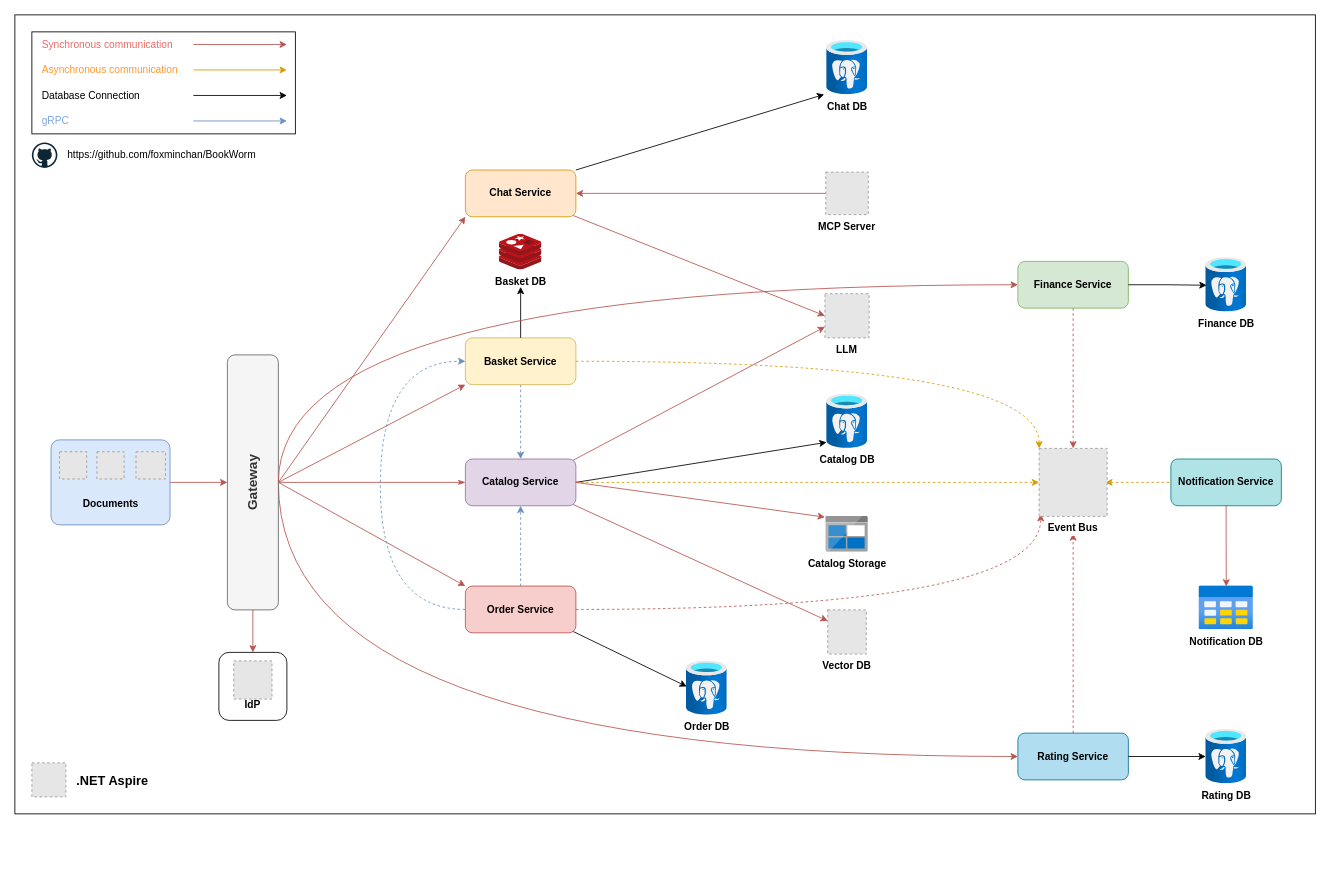
Before: assets/BookWorm.drawio in foxminchan/BookWorm, a draw.io diagram. Source tidied: cells renumbered, new cells numbered last; positions are measured from the earlier drawing's top-left corner, leaving out a move shared by most shapes. Both pictures are drawn from the tidied source at 85%, with x=0, y=0 at pixel (14, 14). Pictures stored in the file or linked from it are replaced by grey dashed boxes.
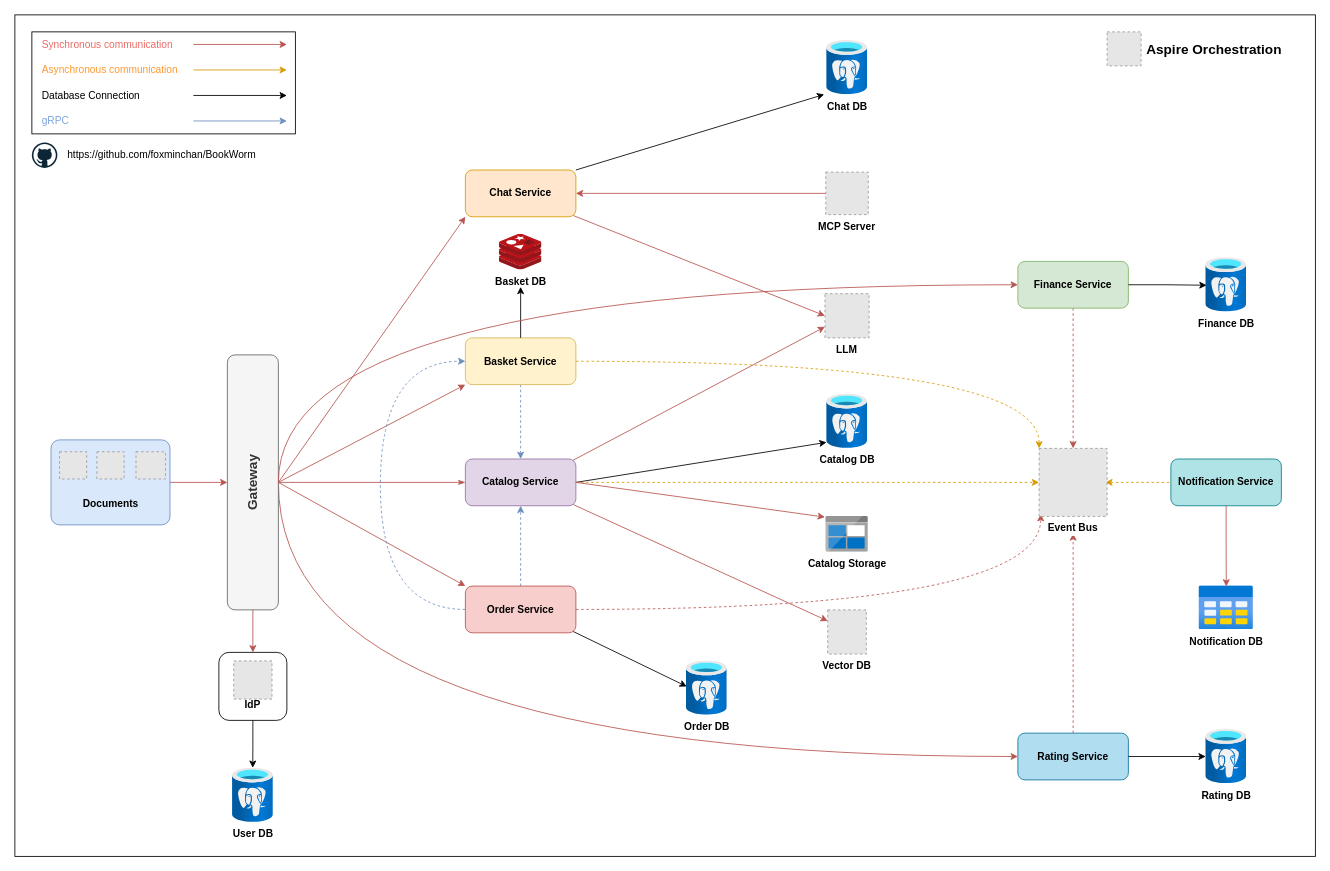
Above is the later version.

The change refers to these unchanged cells:
```xml
<mxCell id="16" value="&lt;div&gt;&lt;b&gt;&lt;br&gt;&lt;/b&gt;&lt;/div&gt;&lt;b&gt;&lt;div&gt;&lt;b&gt;&lt;br&gt;&lt;/b&gt;&lt;/div&gt;&lt;div&gt;&lt;b&gt;&lt;br&gt;&lt;/b&gt;&lt;/div&gt;IdP&lt;/b&gt;" style="rounded=1;whiteSpace=wrap;html=1;" parent="1" vertex="1">
  <mxGeometry x="240" y="750" width="80" height="80" as="geometry" />
</mxCell>
```

What changed in the source:
```diff
@@
     <mxCell id="2" style="rounded=0;whiteSpace=wrap;html=1;" parent="1" vertex="1">
-      <mxGeometry width="1530" height="940" as="geometry" />
+      <mxGeometry width="1530" height="990" as="geometry" />
     </mxCell>
@@
-    <mxCell id="34" style="fillColor=#E6E6E6;strokeColor=#999999;dashed=1;verticalLabelPosition=bottom;labelBackgroundColor=default;verticalAlign=top;" parent="1" vertex="1">
-      <mxGeometry x="20" y="880" width="40" height="40" as="geometry" />
-    </mxCell>
-    <mxCell id="35" value="&lt;font style=&quot;font-size: 15px;&quot;&gt;.NET Aspire&lt;/font&gt;" style="text;html=1;align=center;verticalAlign=middle;whiteSpace=wrap;rounded=0;fontStyle=1;" parent="1" vertex="1">
-      <mxGeometry x="65" y="885" width="100" height="30" as="geometry" />
-    </mxCell>
@@
+    <mxCell id="75" value="User DB" style="image;html=1;points=[];align=center;fontSize=12;image=img/lib/azure2/databases/Azure_Database_PostgreSQL_Server.svg;fontStyle=1;" parent="1" vertex="1">
+      <mxGeometry x="256" y="886" width="48" height="64" as="geometry" />
+    </mxCell>
+    <mxCell id="76" style="group;" parent="1" vertex="1">
+      <mxGeometry x="1285" y="20" width="220" height="40" as="geometry" />
+    </mxCell>
+    <mxCell id="34" style="fillColor=#E6E6E6;strokeColor=#999999;dashed=1;verticalLabelPosition=bottom;labelBackgroundColor=default;verticalAlign=top;" parent="76" vertex="1">
+      <mxGeometry width="40" height="40" as="geometry" />
+    </mxCell>
+    <mxCell id="35" value="&lt;font style=&quot;font-size: 16px;&quot;&gt;Aspire Orchestration&lt;/font&gt;" style="text;html=1;align=center;verticalAlign=middle;whiteSpace=wrap;rounded=0;fontStyle=1;" parent="76" vertex="1">
+      <mxGeometry x="45" y="5" width="161.7" height="30" as="geometry" />
+    </mxCell>
+    <mxCell id="77" style="edgeStyle=orthogonalEdgeStyle;rounded=0;jettySize=auto;html=1;exitX=0.5;exitY=1;exitDx=0;exitDy=0;entryX=0.497;entryY=-0.003;entryDx=0;entryDy=0;entryPerimeter=0;" parent="1" edge="1" source="16" target="75">
+      <mxGeometry relative="1" as="geometry" />
+    </mxCell>
```
